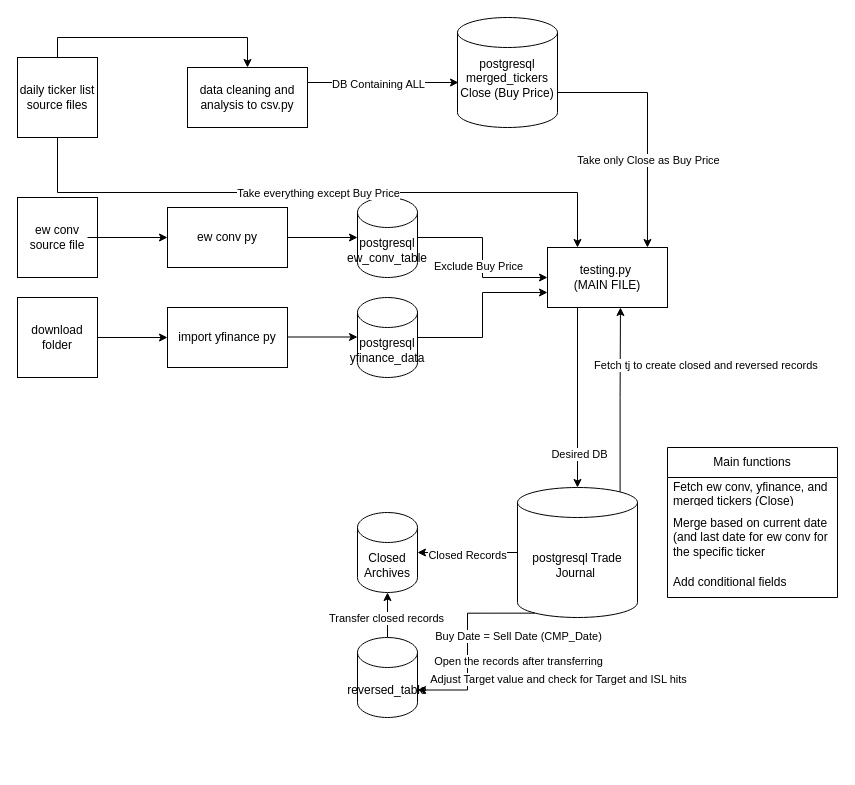
Above: workflow.drawio in osalmatar/quick-work (draw.io), before the change. Source tidied: cells renumbered, new cells numbered last; positions are measured from the earlier drawing's top-left corner, leaving out a move shared by most shapes. Both pictures are drawn from the tidied source at 100%, with x=0, y=0 at pixel (17, 17).
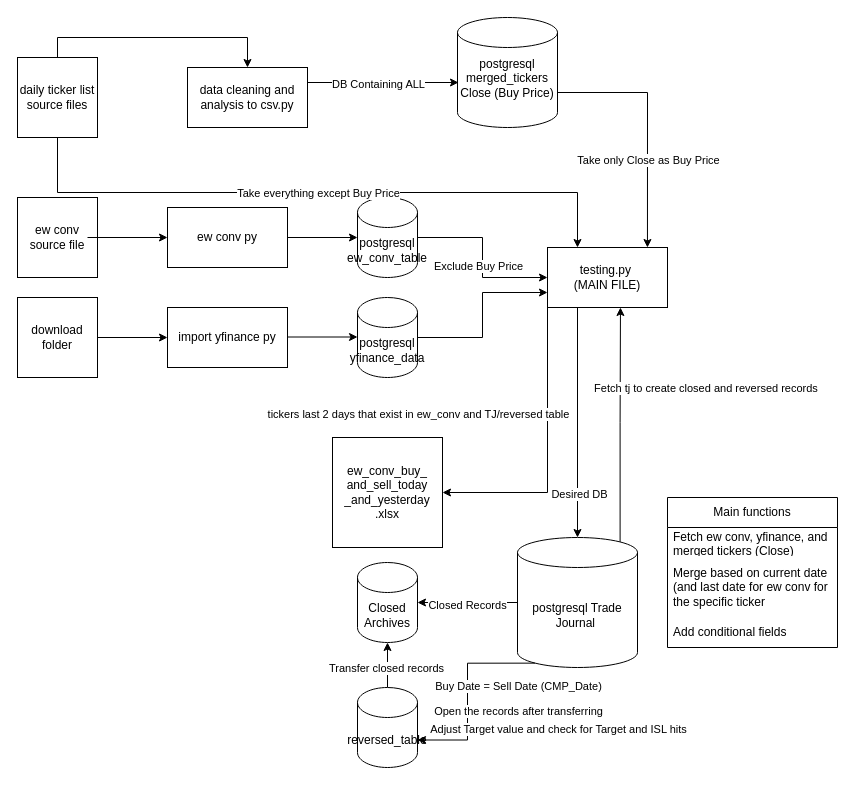
The same diagram, later.

Unchanged cells that the change refers to:
```xml
<mxCell id="4" value="testing.py&amp;nbsp;&lt;div&gt;(MAIN FILE)&lt;/div&gt;" style="rounded=0;whiteSpace=wrap;html=1;" parent="1" vertex="1">
  <mxGeometry x="530" y="230" width="120" height="60" as="geometry" />
</mxCell>
```

What changed in the source:
```diff
@@
+    <mxCell id="45" style="edgeStyle=orthogonalEdgeStyle;rounded=0;jettySize=auto;html=1;exitX=0;exitY=1;exitDx=0;exitDy=0;entryX=1;entryY=0.5;entryDx=0;entryDy=0;" parent="1" edge="1" source="4" target="47">
+      <mxGeometry relative="1" as="geometry" />
+    </mxCell>
+    <mxCell id="46" value="tickers last 2 days that exist in ew_conv and TJ/reversed table" style="edgeLabel;html=1;align=center;verticalAlign=middle;" parent="45" vertex="1">
+      <mxGeometry x="-0.13" y="-1" relative="1" as="geometry">
+        <mxPoint x="-129" y="-20" as="offset" />
+      </mxGeometry>
+    </mxCell>
@@
     <mxCell id="16" value="postgresql Trade Journal&amp;nbsp;" style="shape=cylinder3;whiteSpace=wrap;html=1;boundedLbl=1;backgroundOutline=1;size=15;" parent="1" vertex="1">
-      <mxGeometry x="500" y="470" width="120" height="130" as="geometry" />
+      <mxGeometry x="500" y="520" width="120" height="130" as="geometry" />
     </mxCell>
     <mxCell id="17" value="Main functions" style="swimlane;fontStyle=0;horizontal=1;startSize=30;whiteSpace=wrap;html=1;" parent="1" vertex="1">
-      <mxGeometry x="650" y="430" width="170" height="150" as="geometry" />
+      <mxGeometry x="650" y="480" width="170" height="150" as="geometry" />
     </mxCell>
@@
     <mxCell id="23" value="Closed Archives" style="shape=cylinder3;whiteSpace=wrap;html=1;boundedLbl=1;backgroundOutline=1;size=15;" parent="1" vertex="1">
-      <mxGeometry x="340" y="495" width="60" height="80" as="geometry" />
+      <mxGeometry x="340" y="545" width="60" height="80" as="geometry" />
     </mxCell>
@@
     <mxCell id="38" value="reversed_table" style="shape=cylinder3;whiteSpace=wrap;html=1;boundedLbl=1;backgroundOutline=1;size=15;" parent="1" vertex="1">
-      <mxGeometry x="340" y="620" width="60" height="80" as="geometry" />
+      <mxGeometry x="340" y="670" width="60" height="80" as="geometry" />
     </mxCell>
@@
+    <mxCell id="47" value="ew_conv_buy_&lt;div&gt;and_sell_today&lt;/div&gt;&lt;div&gt;&lt;span style=&quot;background-color: initial;&quot;&gt;_and_yesterday&lt;/span&gt;&lt;/div&gt;&lt;div&gt;&lt;span style=&quot;background-color: initial;&quot;&gt;.xlsx&lt;/span&gt;&lt;/div&gt;" style="whiteSpace=wrap;html=1;" parent="1" vertex="1">
+      <mxGeometry x="315" y="420" width="110" height="110" as="geometry" />
+    </mxCell>
```
